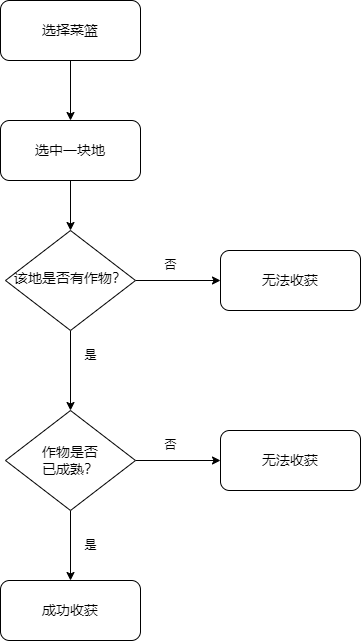
TRAVISZHAN/images keeps this draw.io diagram as draw/种植逻辑.drawio.png. Above is the earlier version. Source tidied: cells renumbered, new cells last; positions are measured from the earlier drawing's top-left corner, leaving out a move shared by most shapes.
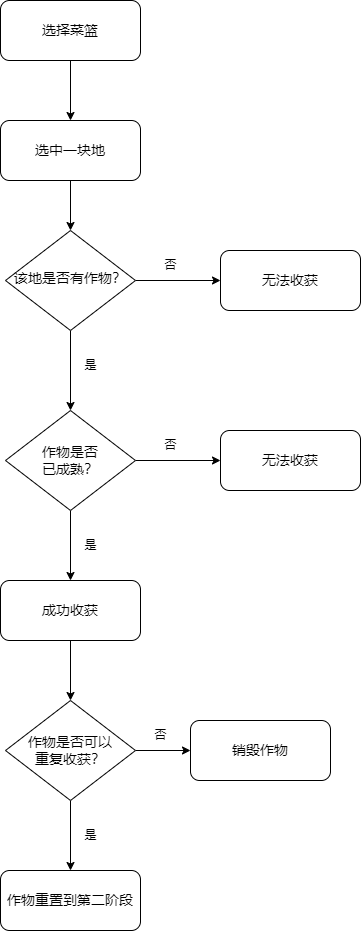
After the commit.

Commit message:
更新收获逻辑.drawio.png

Diff of the diagram source:
```diff
@@ -20,11 +20,14 @@
     <mxCell id="7" value="&lt;font style=&quot;font-size: 14px;&quot;&gt;无法收获&lt;/font&gt;" style="rounded=1;whiteSpace=wrap;html=1;fontSize=12;glass=0;strokeWidth=1;shadow=0;" parent="1" vertex="1">
       <mxGeometry x="220" y="250" width="140" height="60" as="geometry" />
     </mxCell>
+    <mxCell id="19" style="edgeStyle=orthogonalEdgeStyle;rounded=0;jettySize=auto;html=1;entryX=0.5;entryY=0;entryDx=0;entryDy=0;" parent="1" edge="1" source="8" target="22">
+      <mxGeometry relative="1" as="geometry" />
+    </mxCell>
     <mxCell id="8" value="&lt;font style=&quot;font-size: 14px;&quot;&gt;成功收获&lt;/font&gt;" style="rounded=1;whiteSpace=wrap;html=1;fontSize=12;glass=0;strokeWidth=1;shadow=0;" parent="1" vertex="1">
       <mxGeometry y="580" width="140" height="60" as="geometry" />
     </mxCell>
     <mxCell id="9" value="是" style="text;html=1;align=center;verticalAlign=middle;strokeColor=none;fillColor=none;" parent="1" vertex="1">
-      <mxGeometry x="70" y="340" width="40" height="30" as="geometry" />
+      <mxGeometry x="70" y="350" width="40" height="30" as="geometry" />
     </mxCell>
     <mxCell id="10" value="否" style="text;html=1;align=center;verticalAlign=middle;strokeColor=none;fillColor=none;" parent="1" vertex="1">
       <mxGeometry x="150" y="250" width="40" height="30" as="geometry" />
@@ -53,5 +56,26 @@
     <mxCell id="18" value="否" style="text;html=1;align=center;verticalAlign=middle;strokeColor=none;fillColor=none;" parent="1" vertex="1">
       <mxGeometry x="150" y="430" width="40" height="30" as="geometry" />
     </mxCell>
+    <mxCell id="20" style="edgeStyle=orthogonalEdgeStyle;rounded=0;jettySize=auto;html=1;entryX=0;entryY=0.5;entryDx=0;entryDy=0;" parent="1" edge="1" source="22" target="23">
+      <mxGeometry relative="1" as="geometry" />
+    </mxCell>
+    <mxCell id="21" style="edgeStyle=orthogonalEdgeStyle;rounded=0;jettySize=auto;html=1;" parent="1" edge="1" source="22" target="25">
+      <mxGeometry relative="1" as="geometry" />
+    </mxCell>
+    <mxCell id="22" value="&lt;font style=&quot;font-size: 14px;&quot;&gt;作物是否可以&lt;br&gt;重复收获？&lt;/font&gt;" style="rhombus;whiteSpace=wrap;html=1;" parent="1" vertex="1">
+      <mxGeometry x="5" y="700" width="130" height="100" as="geometry" />
+    </mxCell>
+    <mxCell id="23" value="&lt;font style=&quot;font-size: 14px;&quot;&gt;销毁作物&lt;/font&gt;" style="rounded=1;whiteSpace=wrap;html=1;fontSize=12;glass=0;strokeWidth=1;shadow=0;" parent="1" vertex="1">
+      <mxGeometry x="190" y="720" width="140" height="60" as="geometry" />
+    </mxCell>
+    <mxCell id="24" value="否" style="text;html=1;align=center;verticalAlign=middle;strokeColor=none;fillColor=none;" parent="1" vertex="1">
+      <mxGeometry x="140" y="720" width="40" height="30" as="geometry" />
+    </mxCell>
+    <mxCell id="25" value="&lt;font style=&quot;font-size: 14px;&quot;&gt;作物重置到第二阶段&lt;/font&gt;" style="rounded=1;whiteSpace=wrap;html=1;fontSize=12;glass=0;strokeWidth=1;shadow=0;" parent="1" vertex="1">
+      <mxGeometry y="870" width="140" height="60" as="geometry" />
+    </mxCell>
+    <mxCell id="26" value="是" style="text;html=1;align=center;verticalAlign=middle;strokeColor=none;fillColor=none;" parent="1" vertex="1">
+      <mxGeometry x="70" y="820" width="40" height="30" as="geometry" />
+    </mxCell>
   </root>
 </mxGraphModel>
```
